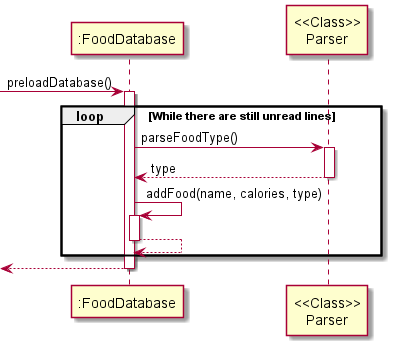
Earlier version of the PlantUML export docs/diagrams-DG/FoodDatabase_preloadDatabase_Seq.png (praj-bellakka/tp).
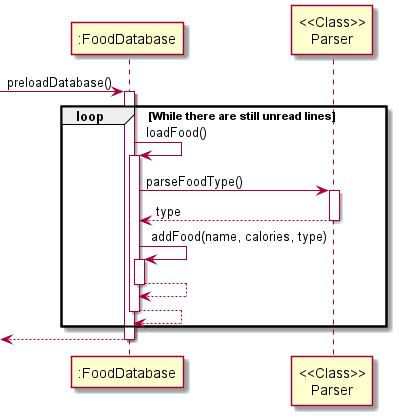
After the change.

Diff of the diagram source:
```diff
@@ -4,6 +4,8 @@
 activate ":FoodDatabase"
 
 loop While there are still unread lines
+    ":FoodDatabase" -> ":FoodDatabase": loadFood()
+    activate ":FoodDatabase"
 
     ":FoodDatabase" -> "<<Class>>\nParser": parseFoodType()
     activate "<<Class>>\nParser"
@@ -13,6 +15,8 @@
     activate ":FoodDatabase"
     return
 
+    return
+
 
 end
 
```
